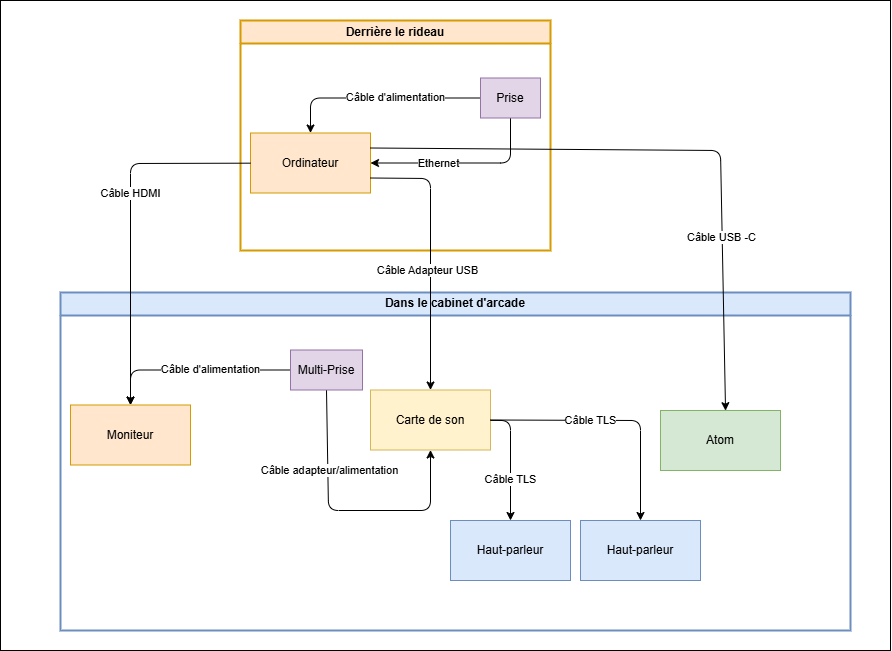
Earlier version of the draw.io export technique/synoptique.drawio.png (deux-intelligence/deux-neurones). Source tidied: cells renumbered, new cells last; positions are measured from the earlier drawing's top-left corner, leaving out a move shared by most shapes.
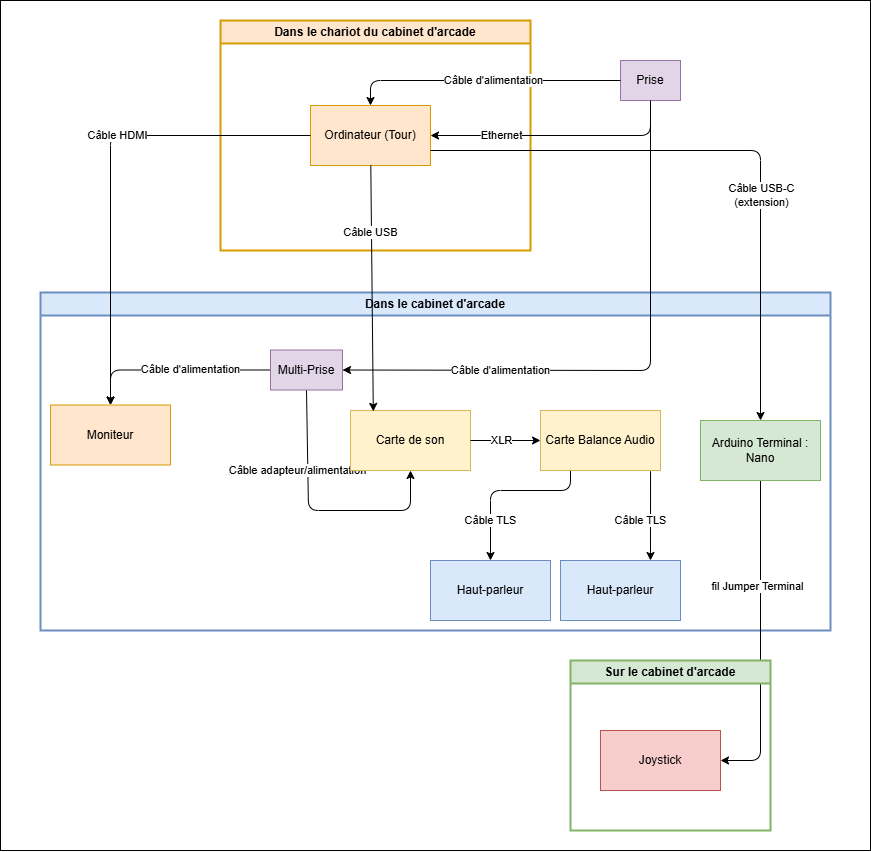
After the commit.

Change to the diagram source:
```diff
@@ -3,37 +3,14 @@
     <mxCell id="0" />
     <mxCell id="1" parent="0" />
     <mxCell id="2" style="rounded=0;whiteSpace=wrap;html=1;" parent="1" vertex="1">
-      <mxGeometry width="890" height="650" as="geometry" />
+      <mxGeometry x="20" width="870" height="850" as="geometry" />
     </mxCell>
-    <mxCell id="3" value="Derrière le rideau" style="swimlane;whiteSpace=wrap;html=1;fillColor=#ffe6cc;strokeColor=#d79b00;strokeWidth=2;" parent="1" vertex="1">
+    <mxCell id="3" value="Dans le chariot du cabinet d'arcade" style="swimlane;whiteSpace=wrap;html=1;fillColor=#ffe6cc;strokeColor=#d79b00;strokeWidth=2;" parent="1" vertex="1">
       <mxGeometry x="240" y="20" width="310" height="230" as="geometry" />
     </mxCell>
-    <mxCell id="4" value="Ordinateur" style="rounded=0;whiteSpace=wrap;html=1;fillColor=#ffe6cc;strokeColor=#d79b00;" parent="3" vertex="1">
-      <mxGeometry x="10" y="112.5" width="120" height="60" as="geometry" />
+    <mxCell id="4" value="Ordinateur (Tour)" style="rounded=0;whiteSpace=wrap;html=1;fillColor=#ffe6cc;strokeColor=#d79b00;" parent="3" vertex="1">
+      <mxGeometry x="90" y="85" width="120" height="60" as="geometry" />
     </mxCell>
-    <mxCell id="5" style="edgeStyle=none;html=1;entryX=0.5;entryY=0;entryDx=0;entryDy=0;" parent="3" edge="1" source="9" target="4">
-      <mxGeometry relative="1" as="geometry">
-        <Array as="points">
-          <mxPoint x="70" y="77.5" />
-        </Array>
-      </mxGeometry>
-    </mxCell>
-    <mxCell id="6" value="Câble d'alimentation" style="edgeLabel;html=1;align=center;verticalAlign=middle;" parent="5" vertex="1">
-      <mxGeometry x="-0.17" y="-1" relative="1" as="geometry" />
-    </mxCell>
-    <mxCell id="7" style="edgeStyle=none;html=1;exitX=0.5;exitY=1;exitDx=0;exitDy=0;entryX=1;entryY=0.5;entryDx=0;entryDy=0;" parent="3" edge="1" source="9" target="4">
-      <mxGeometry relative="1" as="geometry">
-        <Array as="points">
-          <mxPoint x="270" y="142.5" />
-        </Array>
-      </mxGeometry>
-    </mxCell>
-    <mxCell id="8" value="Ethernet" style="edgeLabel;html=1;align=center;verticalAlign=middle;" parent="7" vertex="1">
-      <mxGeometry x="0.27" relative="1" as="geometry" />
-    </mxCell>
-    <mxCell id="9" value="Prise" style="rounded=0;whiteSpace=wrap;html=1;fillColor=#e1d5e7;strokeColor=#9673a6;" parent="3" vertex="1">
-      <mxGeometry x="240" y="57.5" width="60" height="40" as="geometry" />
-    </mxCell>
     <mxCell id="10" value="Dans le cabinet d'arcade" style="swimlane;whiteSpace=wrap;html=1;fillColor=#dae8fc;strokeColor=#6c8ebf;strokeWidth=2;" parent="1" vertex="1">
       <mxGeometry x="60" y="292" width="790" height="338" as="geometry" />
     </mxCell>
@@ -67,70 +44,130 @@
       <mxGeometry x="230" y="57.5" width="72" height="40" as="geometry" />
     </mxCell>
     <mxCell id="17" value="Carte de son" style="whiteSpace=wrap;html=1;fillColor=#fff2cc;strokeColor=#d6b656;" parent="10" vertex="1">
-      <mxGeometry x="310" y="97.5" width="120" height="60" as="geometry" />
+      <mxGeometry x="310" y="118" width="120" height="60" as="geometry" />
     </mxCell>
     <mxCell id="18" style="edgeStyle=none;html=1;" parent="1" edge="1" source="4" target="11">
       <mxGeometry relative="1" as="geometry">
         <Array as="points">
-          <mxPoint x="130" y="163" />
+          <mxPoint x="130" y="135" />
         </Array>
       </mxGeometry>
     </mxCell>
     <mxCell id="19" value="Câble HDMI" style="edgeLabel;html=1;align=center;verticalAlign=middle;" parent="18" vertex="1">
       <mxGeometry x="-0.17" relative="1" as="geometry" />
     </mxCell>
-    <mxCell id="20" style="edgeStyle=none;html=1;exitX=1;exitY=0.75;exitDx=0;exitDy=0;entryX=0.5;entryY=0;entryDx=0;entryDy=0;" parent="1" edge="1" source="4" target="17">
-      <mxGeometry relative="1" as="geometry">
-        <Array as="points">
-          <mxPoint x="430" y="178" />
-        </Array>
-      </mxGeometry>
-    </mxCell>
-    <mxCell id="21" value="Câble Adapteur USB" style="edgeLabel;html=1;align=center;verticalAlign=middle;" parent="20" vertex="1">
-      <mxGeometry x="0.08" y="-3" relative="1" as="geometry">
-        <mxPoint y="5" as="offset" />
-      </mxGeometry>
-    </mxCell>
     <mxCell id="22" value="Haut-parleur" style="whiteSpace=wrap;html=1;fillColor=#dae8fc;strokeColor=#6c8ebf;" parent="1" vertex="1">
-      <mxGeometry x="580" y="520" width="120" height="60" as="geometry" />
+      <mxGeometry x="580" y="560" width="120" height="60" as="geometry" />
     </mxCell>
-    <mxCell id="23" style="edgeStyle=none;html=1;exitX=1;exitY=0.5;exitDx=0;exitDy=0;" parent="1" edge="1" source="17" target="22">
-      <mxGeometry relative="1" as="geometry">
-        <Array as="points">
-          <mxPoint x="640" y="420" />
-        </Array>
-      </mxGeometry>
+    <mxCell id="23" style="edgeStyle=none;html=1;exitX=0.917;exitY=1.013;exitDx=0;exitDy=0;exitPerimeter=0;entryX=0.75;entryY=0;entryDx=0;entryDy=0;" parent="1" edge="1" source="38" target="22">
+      <mxGeometry relative="1" as="geometry" />
     </mxCell>
     <mxCell id="24" value="Câble TLS" style="edgeLabel;html=1;align=center;verticalAlign=middle;" parent="23" vertex="1">
       <mxGeometry x="0.11" y="1" relative="1" as="geometry">
-        <mxPoint x="-39" y="1" as="offset" />
+        <mxPoint x="-11" as="offset" />
       </mxGeometry>
     </mxCell>
+    <mxCell id="31" style="edgeStyle=none;html=1;entryX=1;entryY=0.5;entryDx=0;entryDy=0;" parent="1" edge="1" source="25" target="40">
+      <mxGeometry relative="1" as="geometry">
+        <Array as="points">
+          <mxPoint x="780" y="760" />
+        </Array>
+      </mxGeometry>
+    </mxCell>
+    <mxCell id="32" value="fil Jumper Terminal" style="edgeLabel;html=1;align=center;verticalAlign=middle;" parent="31" vertex="1">
+      <mxGeometry x="-0.34" y="-3" relative="1" as="geometry" />
+    </mxCell>
-    <mxCell id="25" value="Atom" style="whiteSpace=wrap;html=1;fillColor=#d5e8d4;strokeColor=#82b366;" parent="1" vertex="1">
-      <mxGeometry x="660" y="410" width="120" height="60" as="geometry" />
+    <mxCell id="25" value="Arduino Terminal : Nano" style="whiteSpace=wrap;html=1;fillColor=#d5e8d4;strokeColor=#82b366;" parent="1" vertex="1">
+      <mxGeometry x="720" y="420" width="120" height="60" as="geometry" />
     </mxCell>
-    <mxCell id="26" style="edgeStyle=none;html=1;exitX=1;exitY=0.25;exitDx=0;exitDy=0;entryX=0.542;entryY=0.003;entryDx=0;entryDy=0;entryPerimeter=0;" parent="1" edge="1" source="4" target="25">
-      <mxGeometry relative="1" as="geometry">
-        <Array as="points">
-          <mxPoint x="720" y="150" />
-        </Array>
-      </mxGeometry>
-    </mxCell>
-    <mxCell id="27" value="Câble USB -C" style="edgeLabel;html=1;align=center;verticalAlign=middle;" parent="26" vertex="1">
-      <mxGeometry x="0.43" y="-1" relative="1" as="geometry" />
-    </mxCell>
     <mxCell id="28" value="Haut-parleur" style="whiteSpace=wrap;html=1;fillColor=#dae8fc;strokeColor=#6c8ebf;" parent="1" vertex="1">
-      <mxGeometry x="450" y="520" width="120" height="60" as="geometry" />
+      <mxGeometry x="450" y="560" width="120" height="60" as="geometry" />
     </mxCell>
-    <mxCell id="29" style="edgeStyle=none;html=1;entryX=0.5;entryY=0;entryDx=0;entryDy=0;" parent="1" edge="1" source="17" target="28">
+    <mxCell id="29" style="edgeStyle=none;html=1;entryX=0.5;entryY=0;entryDx=0;entryDy=0;exitX=0.25;exitY=1;exitDx=0;exitDy=0;" parent="1" edge="1" source="38" target="28">
       <mxGeometry relative="1" as="geometry">
         <Array as="points">
-          <mxPoint x="510" y="420" />
+          <mxPoint x="590" y="490" />
+          <mxPoint x="510" y="490" />
         </Array>
       </mxGeometry>
     </mxCell>
     <mxCell id="30" value="Câble TLS" style="edgeLabel;html=1;align=center;verticalAlign=middle;" parent="29" vertex="1">
-      <mxGeometry x="0.31" relative="1" as="geometry" />
+      <mxGeometry x="0.31" relative="1" as="geometry">
+        <mxPoint y="19" as="offset" />
+      </mxGeometry>
     </mxCell>
+    <mxCell id="33" style="edgeStyle=none;html=1;exitX=0.5;exitY=1;exitDx=0;exitDy=0;entryX=1;entryY=0.5;entryDx=0;entryDy=0;" parent="1" edge="1" source="9" target="16">
+      <mxGeometry relative="1" as="geometry">
+        <Array as="points">
+          <mxPoint x="670" y="370" />
+        </Array>
+      </mxGeometry>
+    </mxCell>
+    <mxCell id="34" value="Câble d'alimentation" style="edgeLabel;html=1;align=center;verticalAlign=middle;" parent="33" vertex="1">
+      <mxGeometry x="-0.6" y="-2" relative="1" as="geometry">
+        <mxPoint x="-148" y="155" as="offset" />
+      </mxGeometry>
+    </mxCell>
+    <mxCell id="9" value="Prise" style="rounded=0;whiteSpace=wrap;html=1;fillColor=#e1d5e7;strokeColor=#9673a6;" parent="1" vertex="1">
+      <mxGeometry x="640" y="60" width="60" height="40" as="geometry" />
+    </mxCell>
+    <mxCell id="7" style="edgeStyle=none;html=1;exitX=0.5;exitY=1;exitDx=0;exitDy=0;entryX=1;entryY=0.5;entryDx=0;entryDy=0;" parent="1" edge="1" source="9" target="4">
+      <mxGeometry relative="1" as="geometry">
+        <Array as="points">
+          <mxPoint x="670" y="135" />
+          <mxPoint x="510" y="135" />
+        </Array>
+      </mxGeometry>
+    </mxCell>
+    <mxCell id="8" value="Ethernet" style="edgeLabel;html=1;align=center;verticalAlign=middle;" parent="7" vertex="1">
+      <mxGeometry x="0.27" relative="1" as="geometry">
+        <mxPoint x="-23" as="offset" />
+      </mxGeometry>
+    </mxCell>
+    <mxCell id="5" style="edgeStyle=none;html=1;entryX=0.5;entryY=0;entryDx=0;entryDy=0;" parent="1" edge="1" source="9" target="4">
+      <mxGeometry relative="1" as="geometry">
+        <Array as="points">
+          <mxPoint x="390" y="80" />
+        </Array>
+      </mxGeometry>
+    </mxCell>
+    <mxCell id="6" value="Câble d'alimentation" style="edgeLabel;html=1;align=center;verticalAlign=middle;" parent="5" vertex="1">
+      <mxGeometry x="-0.17" y="-1" relative="1" as="geometry">
+        <mxPoint x="-14" y="1" as="offset" />
+      </mxGeometry>
+    </mxCell>
+    <mxCell id="20" style="edgeStyle=none;html=1;entryX=0.19;entryY=0.015;entryDx=0;entryDy=0;entryPerimeter=0;" parent="1" edge="1" source="4" target="17">
+      <mxGeometry relative="1" as="geometry" />
+    </mxCell>
+    <mxCell id="35" value="Câble USB" style="edgeLabel;html=1;align=center;verticalAlign=middle;" parent="20" vertex="1">
+      <mxGeometry x="-0.45" y="-1" relative="1" as="geometry" />
+    </mxCell>
+    <mxCell id="36" style="edgeStyle=none;html=1;exitX=1;exitY=0.5;exitDx=0;exitDy=0;" parent="1" edge="1" source="17" target="38">
+      <mxGeometry relative="1" as="geometry" />
+    </mxCell>
+    <mxCell id="37" value="XLR" style="edgeLabel;html=1;align=center;verticalAlign=middle;" parent="36" vertex="1">
+      <mxGeometry x="-0.32" relative="1" as="geometry">
+        <mxPoint x="6" as="offset" />
+      </mxGeometry>
+    </mxCell>
+    <mxCell id="38" value="Carte Balance Audio" style="whiteSpace=wrap;html=1;fillColor=#fff2cc;strokeColor=#d6b656;" parent="1" vertex="1">
+      <mxGeometry x="560" y="410" width="120" height="60" as="geometry" />
+    </mxCell>
+    <mxCell id="39" value="Sur le cabinet d'arcade" style="swimlane;whiteSpace=wrap;html=1;fillColor=#d5e8d4;strokeColor=#82b366;strokeWidth=2;" parent="1" vertex="1">
+      <mxGeometry x="590" y="660" width="200" height="170" as="geometry" />
+    </mxCell>
+    <mxCell id="40" value="Joystick" style="rounded=0;whiteSpace=wrap;html=1;fillColor=#f8cecc;strokeColor=#b85450;" parent="39" vertex="1">
+      <mxGeometry x="30" y="70" width="120" height="60" as="geometry" />
+    </mxCell>
+    <mxCell id="26" style="edgeStyle=none;html=1;exitX=1;exitY=0.75;exitDx=0;exitDy=0;entryX=0.5;entryY=0;entryDx=0;entryDy=0;" parent="1" edge="1" source="4" target="25">
+      <mxGeometry relative="1" as="geometry">
+        <Array as="points">
+          <mxPoint x="780" y="150" />
+        </Array>
+      </mxGeometry>
+    </mxCell>
+    <mxCell id="41" value="&lt;span style=&quot;color: rgb(0, 0, 0);&quot;&gt;Câble USB-C&lt;/span&gt;&lt;div&gt;&lt;span style=&quot;color: rgb(0, 0, 0);&quot;&gt;(&lt;/span&gt;&lt;span style=&quot;background-color: light-dark(#ffffff, var(--ge-dark-color, #121212));&quot;&gt;&lt;font color=&quot;#000000&quot;&gt;extension)&lt;/font&gt;&lt;/span&gt;&lt;/div&gt;" style="edgeLabel;html=1;align=center;verticalAlign=middle;" parent="26" vertex="1">
+      <mxGeometry x="0.25" y="1" relative="1" as="geometry" />
+    </mxCell>
   </root>
 </mxGraphModel>
```
